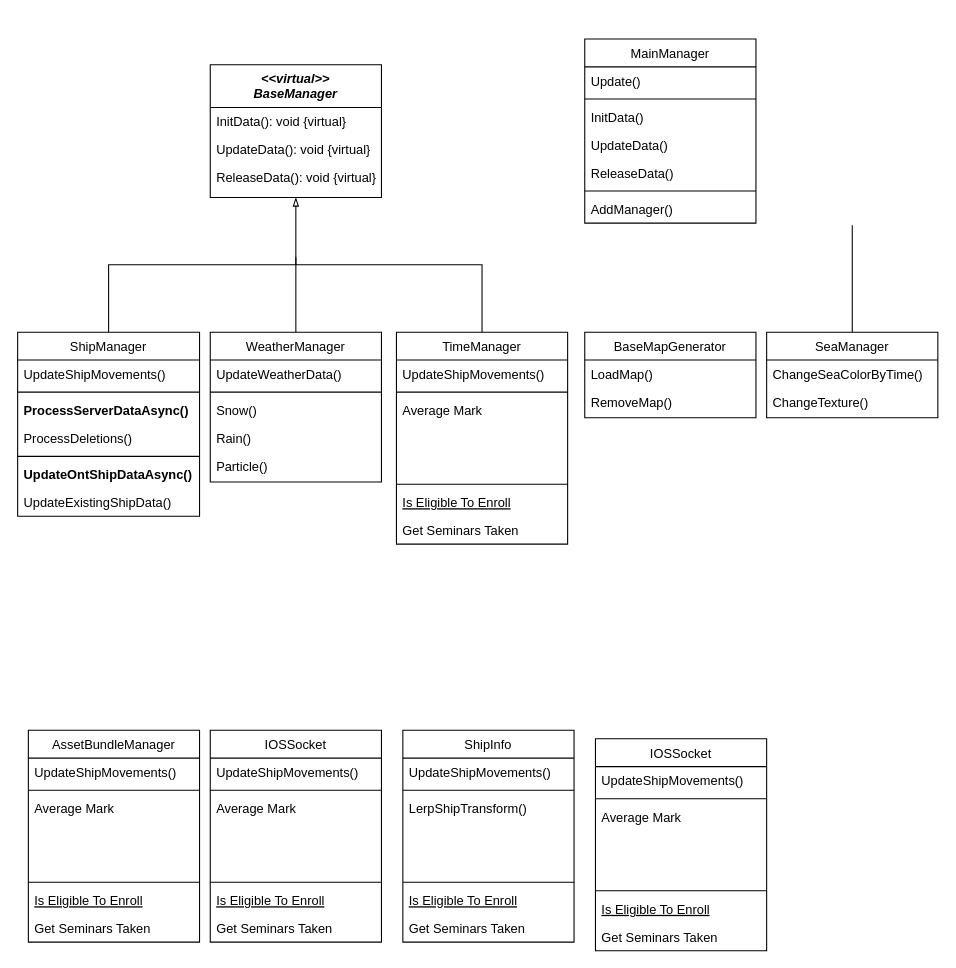
Above: MM_Unity6.drawio in duckgoo9/MM-unity6-drawio (draw.io), before the change. Source tidied: cells renumbered, new cells numbered last; positions are measured from the earlier drawing's top-left corner, leaving out a move shared by most shapes. Both pictures are drawn from the tidied source at 107%, with x=0, y=0 at pixel (17, 39).
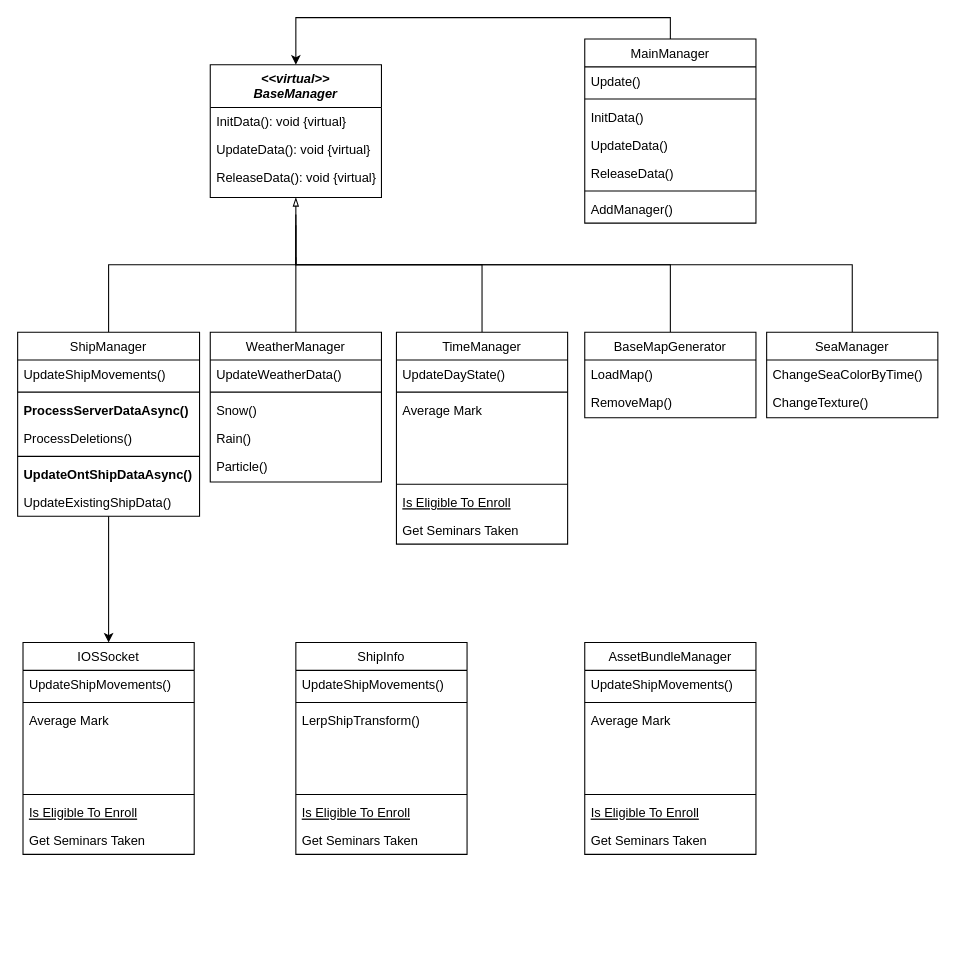
Above is the later version.

The change refers to these unchanged cells:
```xml
<mxCell id="3" value="ShipManager" style="swimlane;fontStyle=0;align=center;verticalAlign=top;horizontal=1;startSize=26;rounded=0;shadow=0;strokeWidth=1;" parent="1" vertex="1">
  <mxGeometry y="274" width="170" height="172" as="geometry" />
</mxCell>
<mxCell id="20" value="BaseMapGenerator" style="swimlane;fontStyle=0;align=center;verticalAlign=top;horizontal=1;startSize=26;rounded=0;shadow=0;strokeWidth=1;" parent="1" vertex="1">
  <mxGeometry x="530" y="274" width="160" height="80" as="geometry" />
</mxCell>
<mxCell id="23" value="&lt;&lt;virtual&gt;&gt;&#10;BaseManager" style="swimlane;fontStyle=3;align=center;verticalAlign=top;horizontal=1;startSize=40;rounded=0;shadow=0;strokeWidth=1;" parent="1" vertex="1">
  <mxGeometry x="180" y="24" width="160" height="124" as="geometry" />
</mxCell>
<mxCell id="27" value="MainManager" style="swimlane;fontStyle=0;align=center;verticalAlign=top;horizontal=1;startSize=26;rounded=0;shadow=0;strokeWidth=1;" parent="1" vertex="1">
  <mxGeometry x="530" width="160" height="172" as="geometry" />
</mxCell>
<mxCell id="52" value="TimeManager" style="swimlane;fontStyle=0;align=center;verticalAlign=top;horizontal=1;startSize=26;rounded=0;shadow=0;strokeWidth=1;" parent="1" vertex="1">
  <mxGeometry x="354" y="274" width="160" height="198" as="geometry" />
</mxCell>
<mxCell id="80" value="SeaManager" style="swimlane;fontStyle=0;align=center;verticalAlign=top;horizontal=1;startSize=26;rounded=0;shadow=0;strokeWidth=1;" parent="1" vertex="1">
  <mxGeometry x="700" y="274" width="160" height="80" as="geometry" />
</mxCell>
```

The edit, as a diff of the source:
```diff
@@
+    <mxCell id="83" style="edgeStyle=orthogonalEdgeStyle;rounded=0;jettySize=auto;html=1;entryX=0.5;entryY=0;entryDx=0;entryDy=0;" parent="1" edge="1" source="3" target="70">
+      <mxGeometry relative="1" as="geometry" />
+    </mxCell>
@@
     <mxCell id="11" value="ShipInfo" style="swimlane;fontStyle=0;align=center;verticalAlign=top;horizontal=1;startSize=26;rounded=0;shadow=0;strokeWidth=1;" parent="1" vertex="1">
-      <mxGeometry x="360" y="646" width="160" height="198" as="geometry" />
+      <mxGeometry x="260" y="564" width="160" height="198" as="geometry" />
     </mxCell>
@@
+    <mxCell id="84" style="edgeStyle=orthogonalEdgeStyle;rounded=0;jettySize=auto;html=1;endArrow=none;startFill=0;exitX=0.5;exitY=0;exitDx=0;exitDy=0;" parent="1" edge="1" source="20">
+      <mxGeometry relative="1" as="geometry">
+        <mxPoint x="260" y="174" as="targetPoint" />
+        <Array as="points">
+          <mxPoint x="610" y="211" />
+          <mxPoint x="260" y="211" />
+        </Array>
+      </mxGeometry>
+    </mxCell>
@@
+    <mxCell id="85" style="edgeStyle=orthogonalEdgeStyle;rounded=0;jettySize=auto;html=1;exitX=0.5;exitY=0;exitDx=0;exitDy=0;entryX=0.5;entryY=0;entryDx=0;entryDy=0;" parent="1" edge="1" source="27" target="23">
+      <mxGeometry relative="1" as="geometry" />
+    </mxCell>
@@
     <mxCell id="35" value="AssetBundleManager" style="swimlane;fontStyle=0;align=center;verticalAlign=top;horizontal=1;startSize=26;rounded=0;shadow=0;strokeWidth=1;" parent="1" vertex="1">
-      <mxGeometry x="10" y="646" width="160" height="198" as="geometry" />
+      <mxGeometry x="530" y="564" width="160" height="198" as="geometry" />
     </mxCell>
@@
-    <mxCell id="53" value="UpdateShipMovements()" style="text;align=left;verticalAlign=top;spacingLeft=4;spacingRight=4;overflow=hidden;" parent="52" vertex="1">
+    <mxCell id="53" value="UpdateDayState()" style="text;align=left;verticalAlign=top;spacingLeft=4;spacingRight=4;overflow=hidden;" parent="52" vertex="1">
       <mxGeometry y="26" width="160" height="26" as="geometry" />
     </mxCell>
@@
-    <mxCell id="61" value="IOSSocket" style="swimlane;fontStyle=0;align=center;verticalAlign=top;horizontal=1;startSize=26;rounded=0;shadow=0;strokeWidth=1;" parent="1" vertex="1">
-      <mxGeometry x="540" y="654" width="160" height="198" as="geometry" />
-    </mxCell>
-    <mxCell id="62" value="UpdateShipMovements()" style="text;align=left;verticalAlign=top;spacingLeft=4;spacingRight=4;overflow=hidden;" parent="61" vertex="1">
-      <mxGeometry y="26" width="160" height="26" as="geometry" />
-    </mxCell>
-    <mxCell id="63" style="line;html=1;strokeWidth=1;align=left;verticalAlign=middle;spacingTop=-1;spacingLeft=3;spacingRight=3;labelPosition=right;" parent="61" vertex="1">
-      <mxGeometry y="52" width="160" height="8" as="geometry" />
-    </mxCell>
-    <mxCell id="64" value="Average Mark" style="text;align=left;verticalAlign=top;spacingLeft=4;spacingRight=4;overflow=hidden;rounded=0;shadow=0;html=0;" parent="61" vertex="1">
-      <mxGeometry y="60" width="160" height="26" as="geometry" />
-    </mxCell>
-    <mxCell id="65" style="text;align=left;verticalAlign=top;spacingLeft=4;spacingRight=4;overflow=hidden;rounded=0;shadow=0;html=0;" parent="61" vertex="1">
-      <mxGeometry y="86" width="160" height="26" as="geometry" />
-    </mxCell>
-    <mxCell id="66" style="text;align=left;verticalAlign=top;spacingLeft=4;spacingRight=4;overflow=hidden;rounded=0;shadow=0;html=0;" parent="61" vertex="1">
-      <mxGeometry y="112" width="160" height="26" as="geometry" />
-    </mxCell>
-    <mxCell id="67" style="line;html=1;strokeWidth=1;align=left;verticalAlign=middle;spacingTop=-1;spacingLeft=3;spacingRight=3;labelPosition=right;" parent="61" vertex="1">
-      <mxGeometry y="138" width="160" height="8" as="geometry" />
-    </mxCell>
-    <mxCell id="68" value="Is Eligible To Enroll" style="text;align=left;verticalAlign=top;spacingLeft=4;spacingRight=4;overflow=hidden;fontStyle=4;" parent="61" vertex="1">
-      <mxGeometry y="146" width="160" height="26" as="geometry" />
-    </mxCell>
-    <mxCell id="69" value="Get Seminars Taken" style="text;align=left;verticalAlign=top;spacingLeft=4;spacingRight=4;overflow=hidden;" parent="61" vertex="1">
-      <mxGeometry y="172" width="160" height="26" as="geometry" />
-    </mxCell>
     <mxCell id="70" value="IOSSocket" style="swimlane;fontStyle=0;align=center;verticalAlign=top;horizontal=1;startSize=26;rounded=0;shadow=0;strokeWidth=1;" parent="1" vertex="1">
-      <mxGeometry x="180" y="646" width="160" height="198" as="geometry" />
+      <mxGeometry x="5" y="564" width="160" height="198" as="geometry" />
     </mxCell>
@@
-    <mxCell id="79" style="edgeStyle=orthogonalEdgeStyle;rounded=0;jettySize=auto;html=1;endArrow=none;startFill=0;" parent="1" edge="1" source="80">
-      <mxGeometry relative="1" as="geometry">
-        <mxPoint x="780" y="174" as="targetPoint" />
-      </mxGeometry>
-    </mxCell>
+    <mxCell id="86" style="edgeStyle=orthogonalEdgeStyle;rounded=0;jettySize=auto;html=1;endArrow=none;startFill=0;exitX=0.5;exitY=0;exitDx=0;exitDy=0;" parent="1" edge="1" source="80">
+      <mxGeometry relative="1" as="geometry">
+        <mxPoint x="260" y="164" as="targetPoint" />
+        <Array as="points">
+          <mxPoint x="780" y="211" />
+          <mxPoint x="260" y="211" />
+        </Array>
+      </mxGeometry>
+    </mxCell>
```
